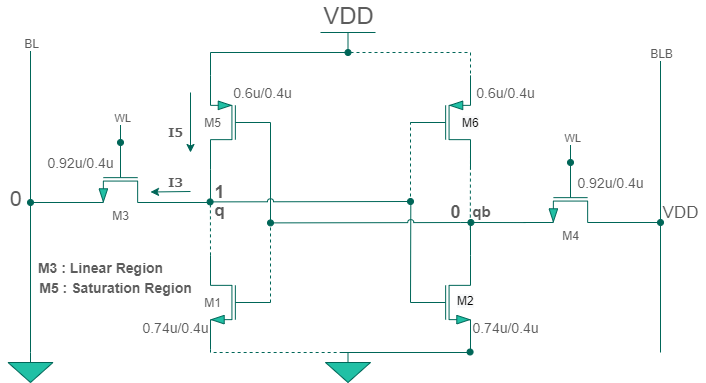
The draw.io diagram Images/write.png in Khadgaray/6T_SRAM, before a commit. Source tidied: cells renumbered, new cells last; positions are measured from the earlier drawing's top-left corner, leaving out a move shared by most shapes.
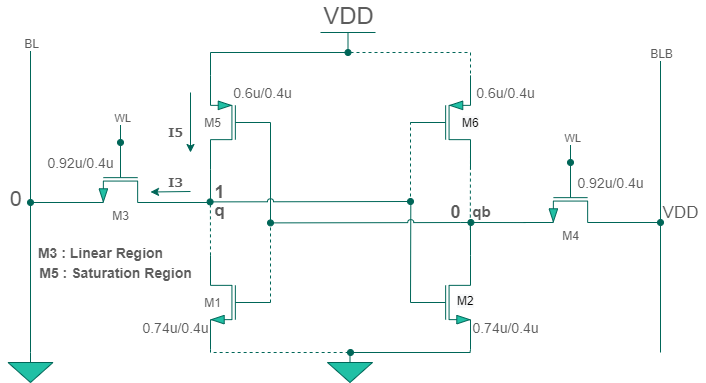
After the change.

Diff of the diagram source:
```diff
@@ -84,7 +84,7 @@
       <mxGeometry x="320" width="55" height="20" as="geometry" />
     </mxCell>
     <mxCell id="21" style="verticalLabelPosition=bottom;shadow=0;dashed=0;align=center;html=1;verticalAlign=top;shape=mxgraph.electrical.signal_sources.signal_ground;fillColor=#21C0A5;strokeColor=#006658;fontColor=#5C5C5C;" parent="1" vertex="1">
-      <mxGeometry x="325" y="320" width="45" height="30" as="geometry" />
+      <mxGeometry x="327" y="320" width="45" height="30" as="geometry" />
     </mxCell>
     <mxCell id="22" style="endArrow=none;html=1;strokeColor=#006658;fontColor=#5C5C5C;" parent="1" edge="1">
       <mxGeometry relative="1" as="geometry">
@@ -206,13 +206,10 @@
         <mxPoint x="410.3" y="170" as="targetPoint" />
       </mxGeometry>
     </mxCell>
-    <mxCell id="48" style="endArrow=none;html=1;rounded=0;strokeColor=#006658;fontColor=#5C5C5C;" parent="1" edge="1">
+    <mxCell id="48" style="endArrow=none;html=1;rounded=0;strokeColor=#006658;fontColor=#5C5C5C;endFill=0;startArrow=oval;startFill=1;" parent="1" edge="1">
       <mxGeometry relative="1" as="geometry">
-        <mxPoint x="340" y="320" as="sourcePoint" />
+        <mxPoint x="350" y="320" as="sourcePoint" />
         <mxPoint x="470" y="320" as="targetPoint" />
-        <Array as="points">
-          <mxPoint x="340.2" y="320" />
-        </Array>
       </mxGeometry>
     </mxCell>
     <mxCell id="49" style="endArrow=classic;html=1;strokeColor=#006658;fontColor=#5C5C5C;" parent="1" edge="1">
@@ -260,17 +257,17 @@
         </Array>
       </mxGeometry>
     </mxCell>
-    <mxCell id="58" style="edgeStyle=orthogonalEdgeStyle;rounded=0;jumpStyle=arc;orthogonalLoop=1;jettySize=auto;html=1;exitX=1;exitY=1;exitDx=0;exitDy=0;exitPerimeter=0;entryX=0.993;entryY=1.025;entryDx=0;entryDy=0;entryPerimeter=0;fontFamily=Verdana;fontSize=14;startArrow=none;startFill=0;endArrow=oval;endFill=1;strokeColor=#006658;fontColor=#5C5C5C;" parent="1" edge="1" source="5" target="5">
+    <mxCell id="58" style="edgeStyle=orthogonalEdgeStyle;rounded=0;jumpStyle=arc;orthogonalLoop=1;jettySize=auto;html=1;exitX=1;exitY=1;exitDx=0;exitDy=0;exitPerimeter=0;entryX=0.993;entryY=1.025;entryDx=0;entryDy=0;entryPerimeter=0;fontFamily=Verdana;fontSize=14;startArrow=none;startFill=0;endArrow=none;endFill=0;strokeColor=#006658;fontColor=#5C5C5C;" parent="1" edge="1" source="5" target="5">
       <mxGeometry relative="1" as="geometry" />
     </mxCell>
     <mxCell id="59" value="&lt;span style=&quot;font-size: 17px ; font-weight: 700&quot;&gt;q&lt;/span&gt;" style="text;html=1;align=center;verticalAlign=middle;strokeColor=none;fontColor=#5C5C5C;" parent="1" vertex="1">
       <mxGeometry x="204" y="168" width="30" height="20" as="geometry" />
     </mxCell>
     <mxCell id="60" value="M5 : Saturation Region" style="text;html=1;align=center;verticalAlign=middle;strokeColor=none;fontSize=14;fontColor=#5C5C5C;fontStyle=1;" parent="1" vertex="1">
-      <mxGeometry x="30" y="245" width="170" height="20" as="geometry" />
+      <mxGeometry x="30" y="230" width="170" height="20" as="geometry" />
     </mxCell>
     <mxCell id="61" value="M3 : Linear Region" style="text;html=1;align=center;verticalAlign=middle;strokeColor=none;fontSize=14;fontColor=#5C5C5C;fontStyle=1;" parent="1" vertex="1">
-      <mxGeometry x="30" y="225" width="140" height="20" as="geometry" />
+      <mxGeometry x="30" y="210" width="140" height="20" as="geometry" />
     </mxCell>
   </root>
 </mxGraphModel>
```
